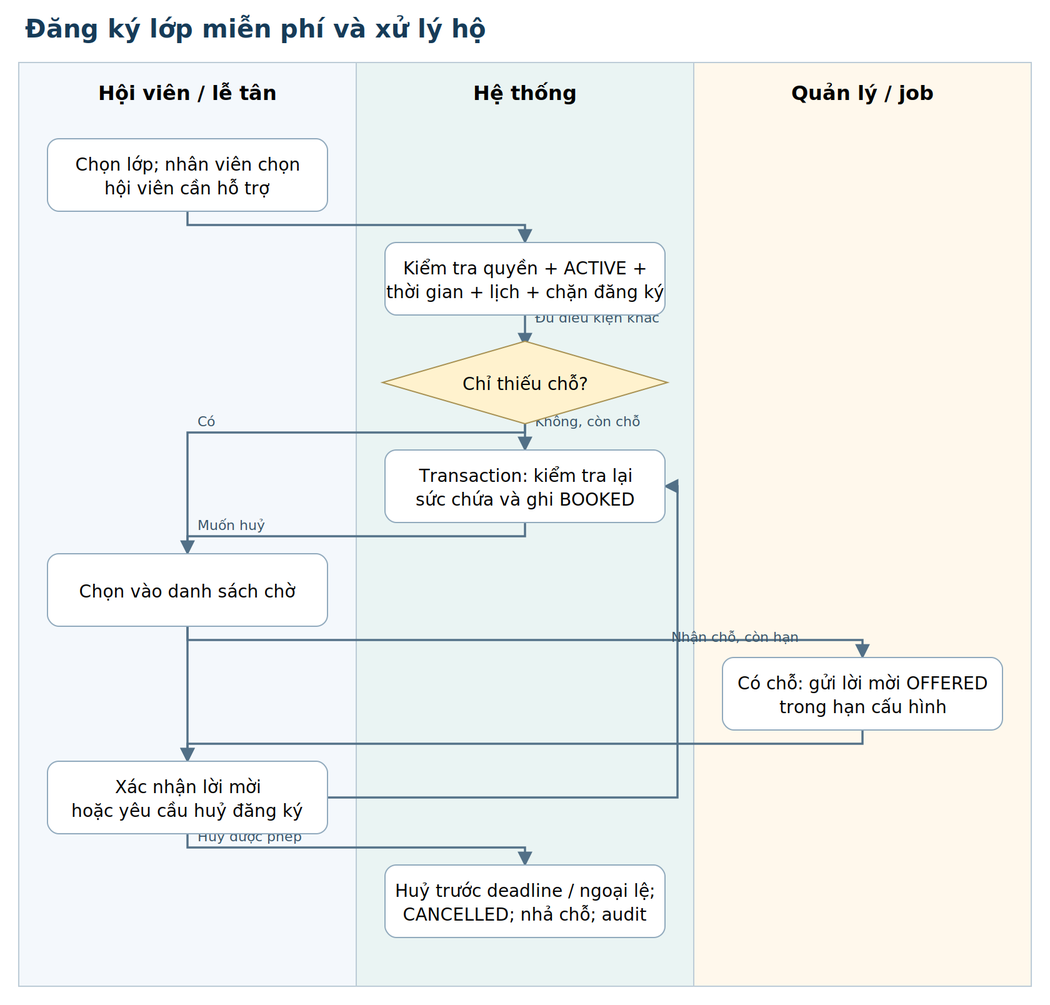
The Graphviz diagram outputs/bao-cao-cuoi-ky/so-do/flow-03-enroll.png in NhomHello/Sports-Center-Management-System, before a commit. Its source is kept beside it as outputs/bao-cao-cuoi-ky/so-do/flow-03-enroll.dot. The source it was exported from:
```dot
digraph G {
graph [rankdir=TB, bgcolor="white", pad="0.25", nodesep="0.25", ranksep="0.5", fontname="DejaVu Sans", fontsize=15];
node [shape=box, style="rounded,filled", fillcolor="#eef5fb", color="#a4bdce", fontname="DejaVu Sans", fontsize=11, margin="0.14,0.1"];
edge [fontname="DejaVu Sans", fontsize=9, color="#527087", arrowsize=0.7];
label="Đăng ký lớp miễn phí và xử lý hộ"; labelloc=t;
subgraph cluster_0 { label="Hội viên / lễ tân"; color="#cbdbe7"; style="rounded,filled"; fillcolor="#f4f8fc";
a [label="Chọn lớp; nhân viên chọn\nhội viên cần hỗ trợ", shape=box];
e [label="Chọn vào danh sách chờ", shape=box];
g [label="Xác nhận lời mời\nhoặc yêu cầu huỷ đăng ký", shape=box];
}
subgraph cluster_1 { label="Hệ thống"; color="#cbdbe7"; style="rounded,filled"; fillcolor="#eaf4f3";
b [label="Kiểm tra quyền + ACTIVE +\nthời gian + lịch + chặn đăng ký", shape=box];
c [label="Chỉ thiếu chỗ?", shape=diamond];
d [label="Transaction: kiểm tra lại\nsức chứa và ghi BOOKED", shape=box];
h [label="Huỷ trước deadline / ngoại lệ;\nCANCELLED; nhả chỗ; audit", shape=box];
}
subgraph cluster_2 { label="Quản lý / job"; color="#cbdbe7"; style="rounded,filled"; fillcolor="#fff8ec";
f [label="Có chỗ: gửi lời mời OFFERED\ntrong hạn cấu hình", shape=box];
}
a -> b [label=""];
b -> c [label="Đủ điều kiện khác"];
c -> d [label="Không, còn chỗ"];
c -> e [label="Có"];
e -> f [label=""];
f -> g [label=""];
g -> d [label="Nhận chỗ, còn hạn"];
d -> g [label="Muốn huỷ"];
g -> h [label="Huỷ được phép"];
}
```
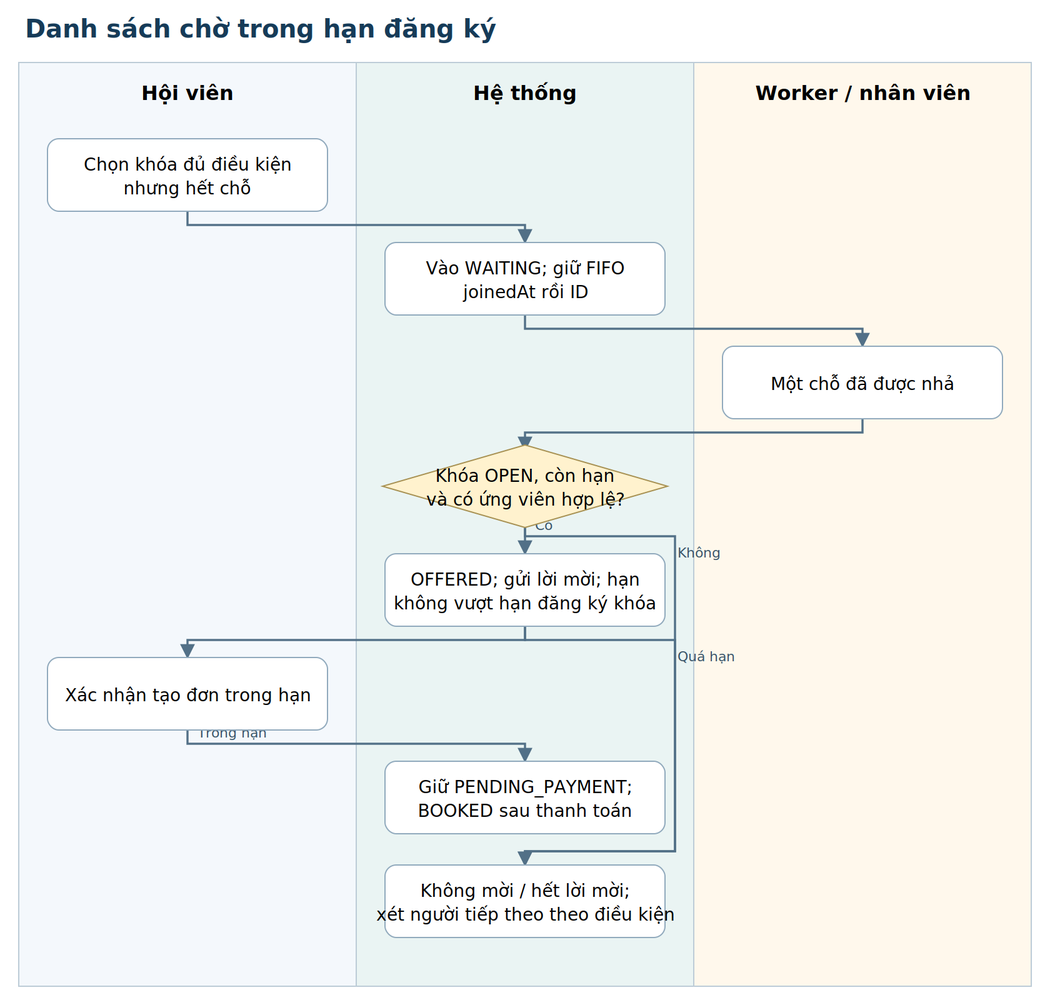
After the commit.

Diff of the diagram source:
```diff
@@ -2,28 +2,27 @@
 graph [rankdir=TB, bgcolor="white", pad="0.25", nodesep="0.25", ranksep="0.5", fontname="DejaVu Sans", fontsize=15];
 node [shape=box, style="rounded,filled", fillcolor="#eef5fb", color="#a4bdce", fontname="DejaVu Sans", fontsize=11, margin="0.14,0.1"];
 edge [fontname="DejaVu Sans", fontsize=9, color="#527087", arrowsize=0.7];
-label="Đăng ký lớp miễn phí và xử lý hộ"; labelloc=t;
-subgraph cluster_0 { label="Hội viên / lễ tân"; color="#cbdbe7"; style="rounded,filled"; fillcolor="#f4f8fc";
-a [label="Chọn lớp; nhân viên chọn\nhội viên cần hỗ trợ", shape=box];
-e [label="Chọn vào danh sách chờ", shape=box];
-g [label="Xác nhận lời mời\nhoặc yêu cầu huỷ đăng ký", shape=box];
+label="Danh sách chờ trong hạn đăng ký"; labelloc=t;
+subgraph cluster_0 { label="Hội viên"; color="#cbdbe7"; style="rounded,filled"; fillcolor="#f4f8fc";
+a [label="Chọn khóa đủ điều kiện\nnhưng hết chỗ", shape=box];
+f [label="Xác nhận tạo đơn trong hạn", shape=box];
 }
 subgraph cluster_1 { label="Hệ thống"; color="#cbdbe7"; style="rounded,filled"; fillcolor="#eaf4f3";
-b [label="Kiểm tra quyền + ACTIVE +\nthời gian + lịch + chặn đăng ký", shape=box];
-c [label="Chỉ thiếu chỗ?", shape=diamond];
-d [label="Transaction: kiểm tra lại\nsức chứa và ghi BOOKED", shape=box];
-h [label="Huỷ trước deadline / ngoại lệ;\nCANCELLED; nhả chỗ; audit", shape=box];
+b [label="Vào WAITING; giữ FIFO\njoinedAt rồi ID", shape=box];
+d [label="Khóa OPEN, còn hạn\nvà có ứng viên hợp lệ?", shape=diamond];
+e [label="OFFERED; gửi lời mời; hạn\nkhông vượt hạn đăng ký khóa", shape=box];
+g [label="Giữ PENDING_PAYMENT;\nBOOKED sau thanh toán", shape=box];
+h [label="Không mời / hết lời mời;\nxét người tiếp theo theo điều kiện", shape=box];
 }
-subgraph cluster_2 { label="Quản lý / job"; color="#cbdbe7"; style="rounded,filled"; fillcolor="#fff8ec";
-f [label="Có chỗ: gửi lời mời OFFERED\ntrong hạn cấu hình", shape=box];
+subgraph cluster_2 { label="Worker / nhân viên"; color="#cbdbe7"; style="rounded,filled"; fillcolor="#fff8ec";
+c [label="Một chỗ đã được nhả", shape=box];
 }
 a -> b [label=""];
-b -> c [label="Đủ điều kiện khác"];
-c -> d [label="Không, còn chỗ"];
-c -> e [label="Có"];
+b -> c [label=""];
+c -> d [label=""];
+d -> e [label="Có"];
+d -> h [label="Không"];
 e -> f [label=""];
-f -> g [label=""];
-g -> d [label="Nhận chỗ, còn hạn"];
-d -> g [label="Muốn huỷ"];
-g -> h [label="Huỷ được phép"];
+f -> g [label="Trong hạn"];
+e -> h [label="Quá hạn"];
 }
```
